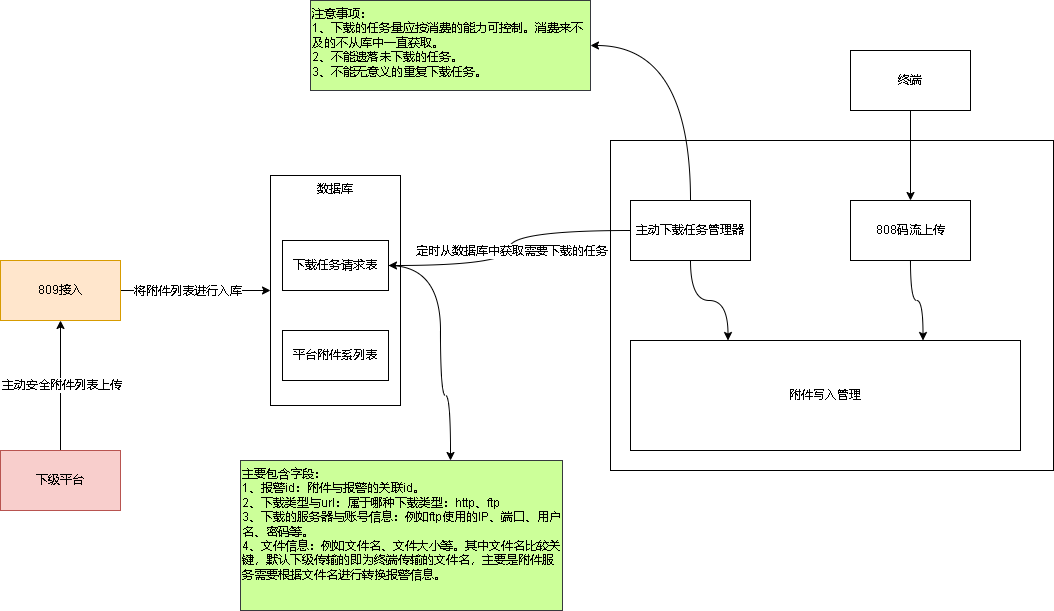
Above: 809上传附件列表支持下载.drawio.png in xktder/draw (draw.io), before the change. Source tidied: cells renumbered, new cells last; positions are measured from the earlier drawing's top-left corner, leaving out a move shared by most shapes.
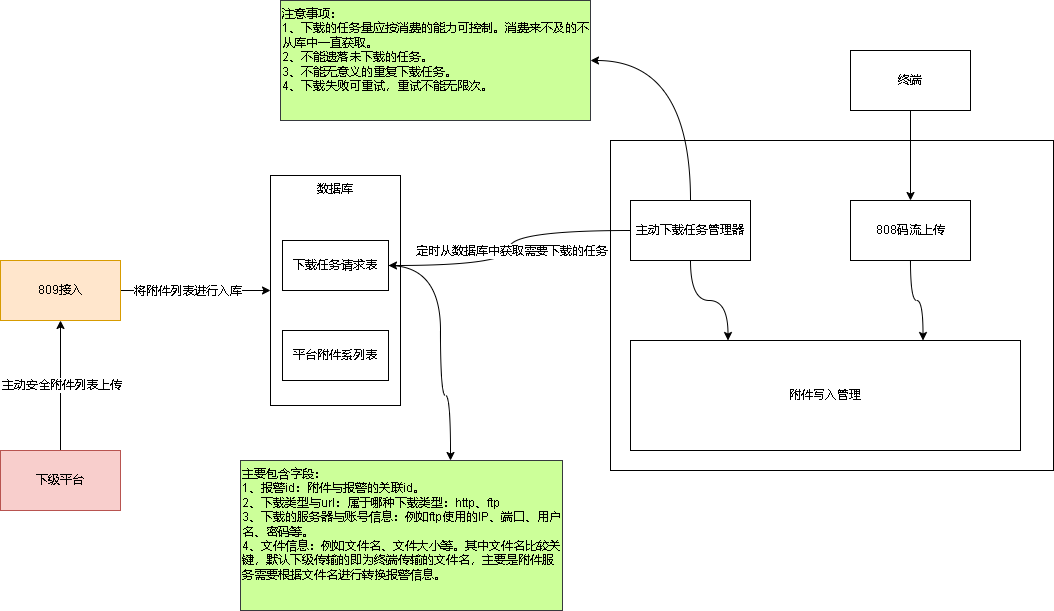
The same diagram one commit later.

Commit message:
更新809上传附件列表支持下载.drawio.png

Diff of the diagram source:
```diff
@@ -77,8 +77,8 @@
     <mxCell id="22" value="终端" style="rounded=0;whiteSpace=wrap;html=1;" parent="1" vertex="1">
       <mxGeometry x="850" y="50" width="120" height="60" as="geometry" />
     </mxCell>
-    <mxCell id="23" value="注意事项：&lt;br&gt;1、下载的任务量应按消费的能力可控制。消费来不及的不从库中一直获取。&lt;br&gt;2、不能遗落未下载的任务。&lt;br&gt;3、不能无意义的重复下载任务。" style="rounded=0;whiteSpace=wrap;html=1;fillColor=#CCFF99;strokeColor=#36393d;verticalAlign=top;align=left;" parent="1" vertex="1">
-      <mxGeometry x="310" width="280" height="90" as="geometry" />
+    <mxCell id="23" value="注意事项：&lt;br&gt;1、下载的任务量应按消费的能力可控制。消费来不及的不从库中一直获取。&lt;br&gt;2、不能遗落未下载的任务。&lt;br&gt;3、不能无意义的重复下载任务。&lt;br&gt;4、下载失败可重试，重试不能无限次。" style="rounded=0;whiteSpace=wrap;html=1;fillColor=#CCFF99;strokeColor=#36393d;verticalAlign=top;align=left;" parent="1" vertex="1">
+      <mxGeometry x="280" width="310" height="120" as="geometry" />
     </mxCell>
     <mxCell id="24" value="主要包含字段：&lt;br&gt;1、报警id：附件与报警的关联id。&lt;br&gt;2、下载类型与url：属于哪种下载类型：http、ftp&lt;br&gt;3、下载的服务器与账号信息：例如ftp使用的IP、端口、用户名、密码等。&lt;br&gt;4、文件信息：例如文件名、文件大小等。其中文件名比较关键，默认下级传输的即为终端传输的文件名，主要是附件服务需要根据文件名进行转换报警信息。" style="rounded=0;whiteSpace=wrap;html=1;fillColor=#CCFF99;strokeColor=#36393d;verticalAlign=top;align=left;" parent="1" vertex="1">
       <mxGeometry x="240" y="460" width="322" height="150" as="geometry" />
```
